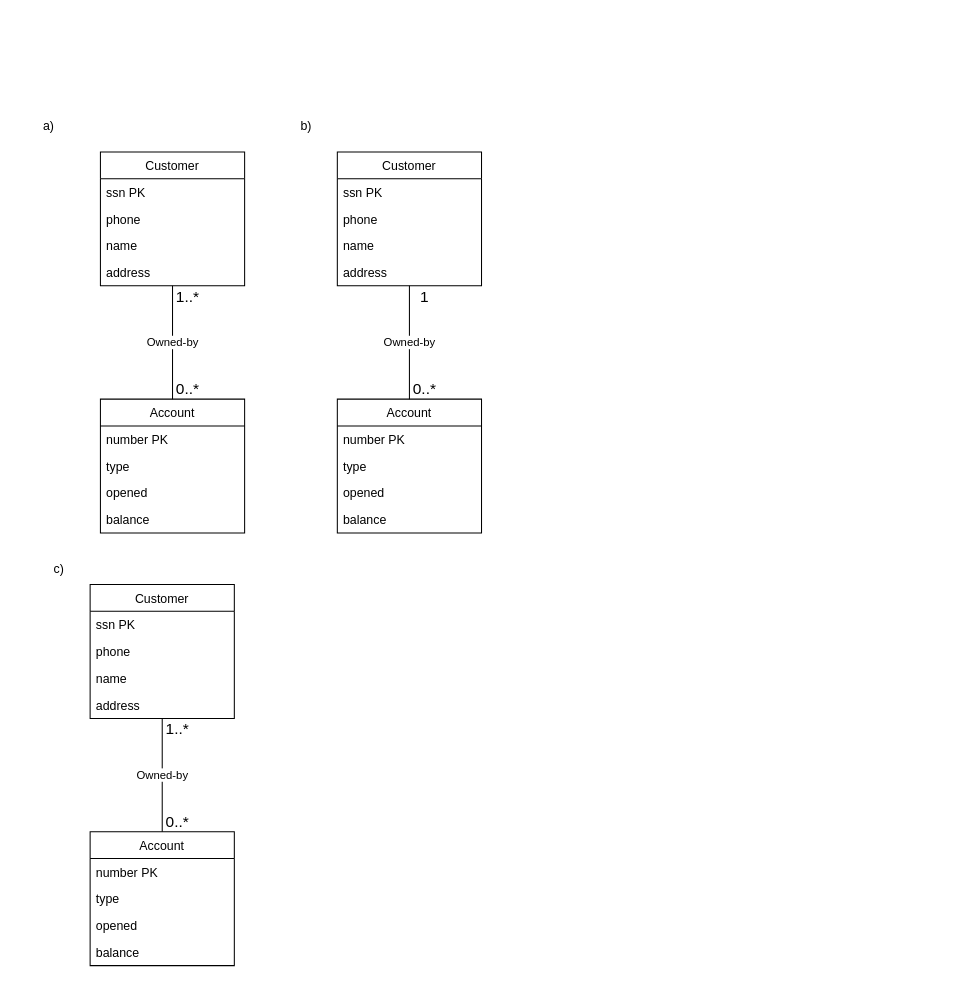
This is Untitled 17.drawio from olliglorioso/datasets, a draw.io file, before an edit. Source tidied: cells renumbered, new cells numbered last; positions are measured from the earlier drawing's top-left corner, leaving out a move shared by most shapes. Both pictures are drawn from the tidied source at 103%, with x=0, y=0 at pixel (18, 110).
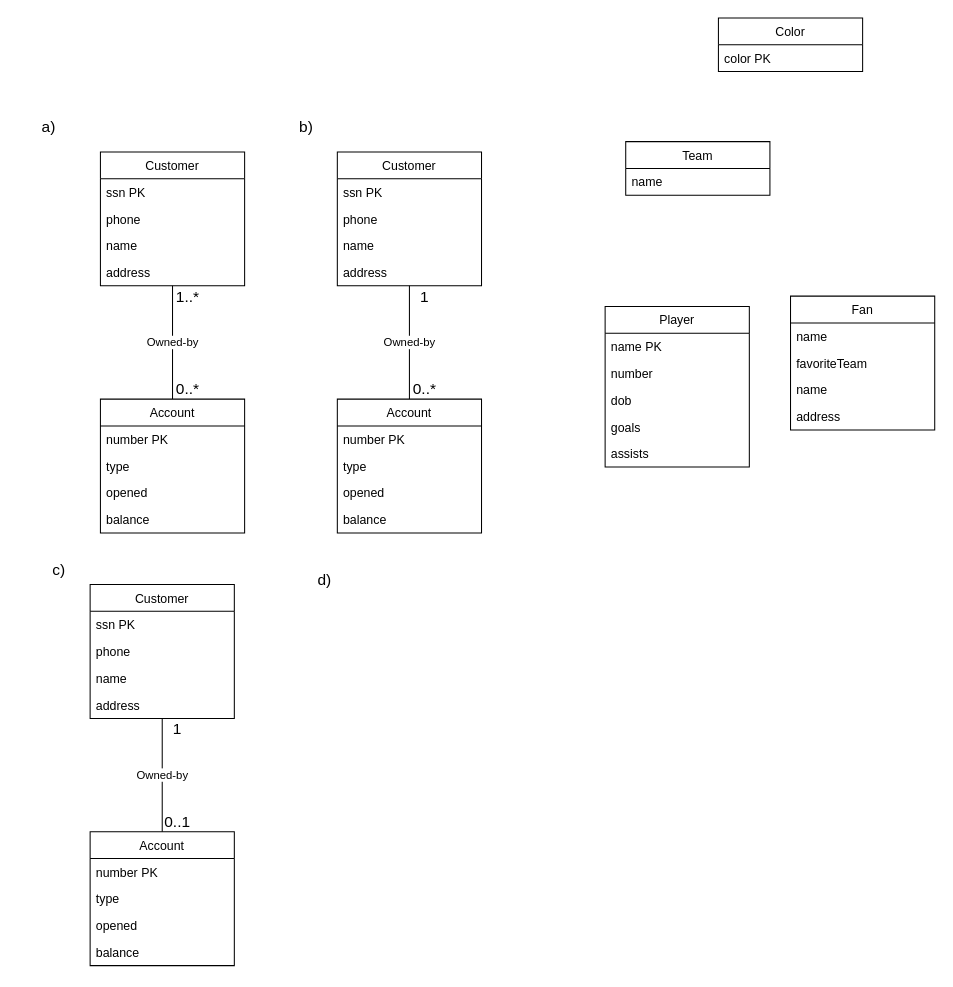
The same diagram, later.

Change to the diagram source:
```diff
@@
-    <mxCell id="15" value="a)" style="text;strokeColor=none;align=center;fillColor=none;html=1;verticalAlign=middle;whiteSpace=wrap;rounded=0;" parent="1" vertex="1">
+    <mxCell id="15" value="&lt;font style=&quot;font-size: 15px;&quot;&gt;a)&lt;/font&gt;" style="text;strokeColor=none;align=center;fillColor=none;html=1;verticalAlign=middle;whiteSpace=wrap;rounded=0;" parent="1" vertex="1">
       <mxGeometry width="60" height="30" as="geometry" />
     </mxCell>
@@
-    <mxCell id="29" value="b)" style="text;strokeColor=none;align=center;fillColor=none;html=1;verticalAlign=middle;whiteSpace=wrap;rounded=0;" parent="1" vertex="1">
+    <mxCell id="29" value="&lt;font style=&quot;font-size: 15px;&quot;&gt;b)&lt;/font&gt;" style="text;strokeColor=none;align=center;fillColor=none;html=1;verticalAlign=middle;whiteSpace=wrap;rounded=0;" parent="1" vertex="1">
       <mxGeometry x="250" width="60" height="30" as="geometry" />
     </mxCell>
-    <mxCell id="30" value="c)" style="text;strokeColor=none;align=center;fillColor=none;html=1;verticalAlign=middle;whiteSpace=wrap;rounded=0;" parent="1" vertex="1">
+    <mxCell id="30" value="&lt;font style=&quot;font-size: 15px;&quot;&gt;c)&lt;/font&gt;" style="text;strokeColor=none;align=center;fillColor=none;html=1;verticalAlign=middle;whiteSpace=wrap;rounded=0;" parent="1" vertex="1">
       <mxGeometry x="10" y="430" width="60" height="30" as="geometry" />
     </mxCell>
@@
-    <mxCell id="42" value="1..*" style="text;strokeColor=none;align=center;fillColor=none;html=1;verticalAlign=middle;whiteSpace=wrap;rounded=0;fontSize=15;" parent="1" vertex="1">
+    <mxCell id="42" value="1" style="text;strokeColor=none;align=center;fillColor=none;html=1;verticalAlign=middle;whiteSpace=wrap;rounded=0;fontSize=15;" parent="1" vertex="1">
       <mxGeometry x="130" y="590" width="50" height="20" as="geometry" />
     </mxCell>
-    <mxCell id="43" value="0..*" style="text;strokeColor=none;align=center;fillColor=none;html=1;verticalAlign=middle;whiteSpace=wrap;rounded=0;fontSize=15;" parent="1" vertex="1">
+    <mxCell id="43" value="0..1" style="text;strokeColor=none;align=center;fillColor=none;html=1;verticalAlign=middle;whiteSpace=wrap;rounded=0;fontSize=15;" parent="1" vertex="1">
       <mxGeometry x="130" y="680" width="50" height="20" as="geometry" />
     </mxCell>
+    <mxCell id="44" value="d)&amp;nbsp;" style="text;strokeColor=none;align=center;fillColor=none;html=1;verticalAlign=middle;whiteSpace=wrap;rounded=0;fontSize=15;" parent="1" vertex="1">
+      <mxGeometry x="270" y="440" width="60" height="30" as="geometry" />
+    </mxCell>
+    <mxCell id="45" value="Team" style="swimlane;fontStyle=0;horizontal=1;startSize=26;fillColor=none;" parent="1" vertex="1">
+      <mxGeometry x="590" y="30" width="140" height="52" as="geometry" />
+    </mxCell>
+    <mxCell id="46" value="name" style="text;strokeColor=none;fillColor=none;align=left;verticalAlign=top;spacingLeft=4;spacingRight=4;overflow=hidden;" parent="45" vertex="1">
+      <mxGeometry y="26" width="140" height="26" as="geometry" />
+    </mxCell>
+    <mxCell id="47" value="Fan" style="swimlane;fontStyle=0;horizontal=1;startSize=26;fillColor=none;" parent="1" vertex="1">
+      <mxGeometry x="750" y="180" width="140" height="130" as="geometry" />
+    </mxCell>
+    <mxCell id="48" value="name" style="text;strokeColor=none;fillColor=none;align=left;verticalAlign=top;spacingLeft=4;spacingRight=4;overflow=hidden;" parent="47" vertex="1">
+      <mxGeometry y="26" width="140" height="26" as="geometry" />
+    </mxCell>
+    <mxCell id="49" value="favoriteTeam" style="text;strokeColor=none;fillColor=none;align=left;verticalAlign=top;spacingLeft=4;spacingRight=4;overflow=hidden;" parent="47" vertex="1">
+      <mxGeometry y="52" width="140" height="26" as="geometry" />
+    </mxCell>
+    <mxCell id="50" value="name" style="text;strokeColor=none;fillColor=none;align=left;verticalAlign=top;spacingLeft=4;spacingRight=4;overflow=hidden;" parent="47" vertex="1">
+      <mxGeometry y="78" width="140" height="26" as="geometry" />
+    </mxCell>
+    <mxCell id="51" value="address" style="text;strokeColor=none;fillColor=none;align=left;verticalAlign=top;spacingLeft=4;spacingRight=4;overflow=hidden;" parent="47" vertex="1">
+      <mxGeometry y="104" width="140" height="26" as="geometry" />
+    </mxCell>
+    <mxCell id="52" value="Color" style="swimlane;fontStyle=0;horizontal=1;startSize=26;fillColor=none;" parent="1" vertex="1">
+      <mxGeometry x="680" y="-90" width="140" height="52" as="geometry" />
+    </mxCell>
+    <mxCell id="53" value="color PK" style="text;strokeColor=none;fillColor=none;align=left;verticalAlign=top;spacingLeft=4;spacingRight=4;overflow=hidden;" parent="52" vertex="1">
+      <mxGeometry y="26" width="140" height="26" as="geometry" />
+    </mxCell>
+    <mxCell id="54" value="Player" style="swimlane;fontStyle=0;horizontal=1;startSize=26;fillColor=none;" parent="1" vertex="1">
+      <mxGeometry x="570" y="190" width="140" height="156" as="geometry" />
+    </mxCell>
+    <mxCell id="55" value="name PK" style="text;strokeColor=none;fillColor=none;align=left;verticalAlign=top;spacingLeft=4;spacingRight=4;overflow=hidden;" parent="54" vertex="1">
+      <mxGeometry y="26" width="140" height="26" as="geometry" />
+    </mxCell>
+    <mxCell id="56" value="number" style="text;strokeColor=none;fillColor=none;align=left;verticalAlign=top;spacingLeft=4;spacingRight=4;overflow=hidden;" parent="54" vertex="1">
+      <mxGeometry y="52" width="140" height="26" as="geometry" />
+    </mxCell>
+    <mxCell id="57" value="dob" style="text;strokeColor=none;fillColor=none;align=left;verticalAlign=top;spacingLeft=4;spacingRight=4;overflow=hidden;" parent="54" vertex="1">
+      <mxGeometry y="78" width="140" height="26" as="geometry" />
+    </mxCell>
+    <mxCell id="58" value="goals" style="text;strokeColor=none;fillColor=none;align=left;verticalAlign=top;spacingLeft=4;spacingRight=4;overflow=hidden;" parent="54" vertex="1">
+      <mxGeometry y="104" width="140" height="26" as="geometry" />
+    </mxCell>
+    <mxCell id="59" value="assists" style="text;strokeColor=none;fillColor=none;align=left;verticalAlign=top;spacingLeft=4;spacingRight=4;overflow=hidden;" parent="54" vertex="1">
+      <mxGeometry y="130" width="140" height="26" as="geometry" />
+    </mxCell>
```
